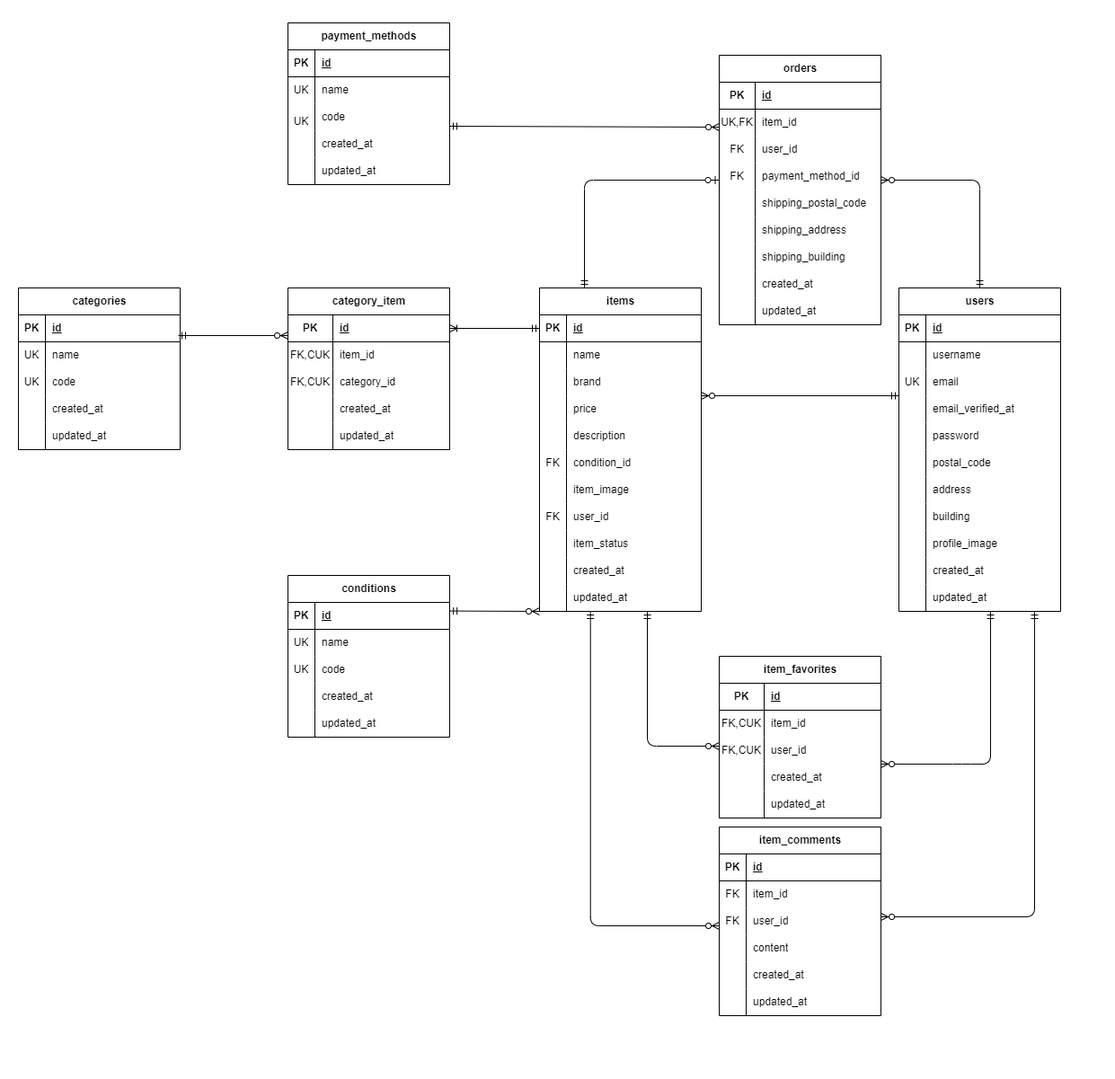
kawamata-natsuki/coachtech-flea keeps this draw.io diagram as er.drawio.png. Above is the earlier version. Source tidied: cells renumbered, new cells last; positions are measured from the earlier drawing's top-left corner, leaving out a move shared by most shapes.
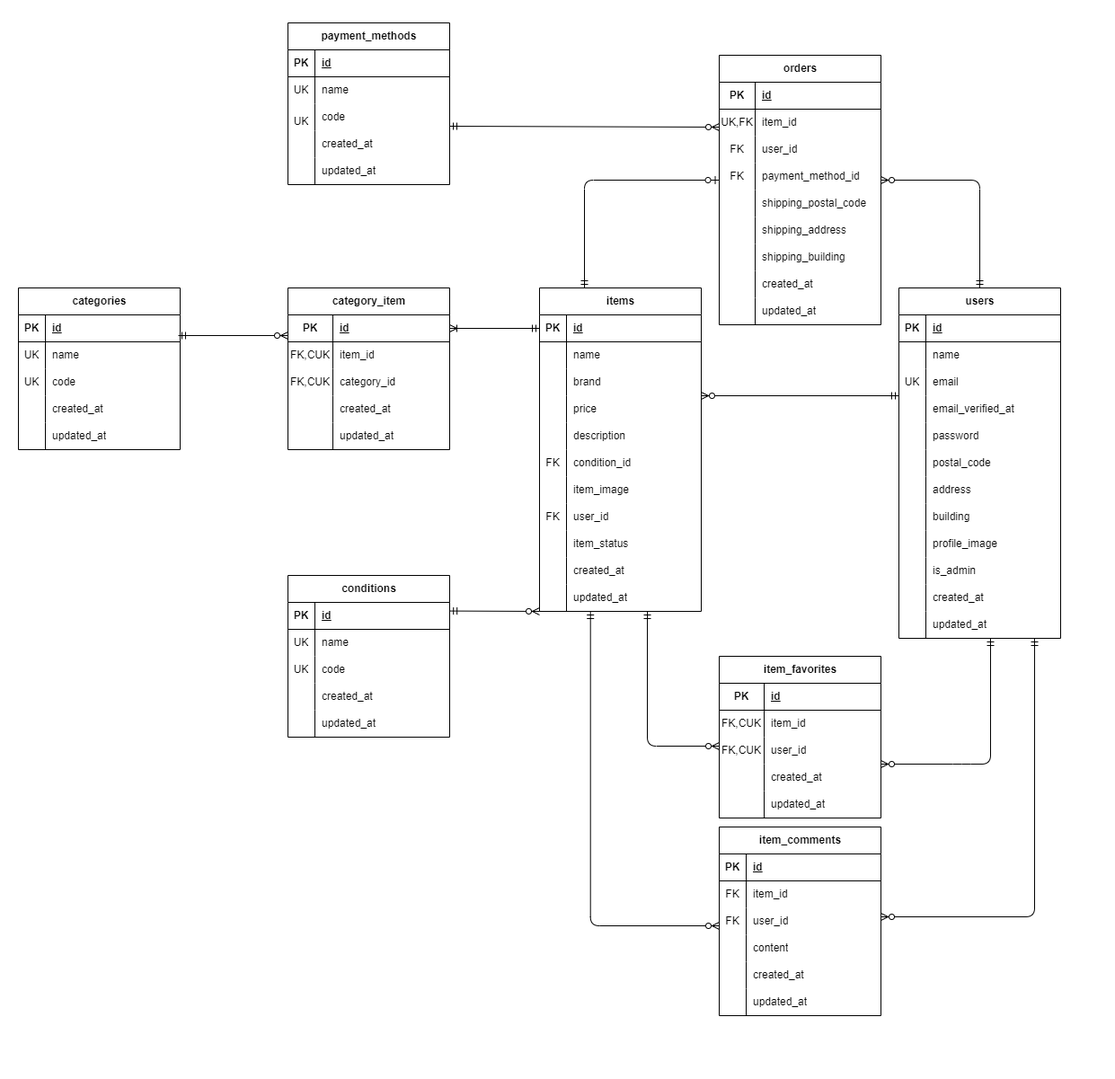
After the commit.

Commit message:
chore：マイグレーションファイルとの整合性確認

What changed in the source:
```diff
@@ -237,7 +237,7 @@
       <mxGeometry x="40" width="140" height="30" as="geometry" />
     </mxCell>
     <mxCell id="80" value="users" style="shape=table;startSize=30;rowLines=0;fontStyle=1;align=center;html=1;" parent="1" vertex="1">
-      <mxGeometry x="1000" y="320" width="180" height="360" as="geometry" />
+      <mxGeometry x="1000" y="320" width="180" height="390" as="geometry" />
     </mxCell>
     <mxCell id="81" style="shape=tableRow;horizontal=0;startSize=0;swimlaneHead=0;swimlaneBody=0;fillColor=none;top=0;left=0;right=0;bottom=1;" parent="80" vertex="1">
       <mxGeometry y="30" width="180" height="30" as="geometry" />
@@ -254,7 +254,7 @@
     <mxCell id="85" style="shape=partialRectangle;fillColor=none;top=0;left=0;bottom=0;right=0;overflow=hidden;whiteSpace=wrap;html=1;" parent="84" vertex="1">
       <mxGeometry width="30" height="30" as="geometry" />
     </mxCell>
-    <mxCell id="86" value="username" style="shape=partialRectangle;fillColor=none;top=0;left=0;bottom=0;right=0;align=left;spacingLeft=6;overflow=hidden;whiteSpace=wrap;html=1;" parent="84" vertex="1">
+    <mxCell id="86" value="name" style="shape=partialRectangle;fillColor=none;top=0;left=0;bottom=0;right=0;align=left;spacingLeft=6;overflow=hidden;whiteSpace=wrap;html=1;" parent="84" vertex="1">
       <mxGeometry x="30" width="150" height="30" as="geometry" />
     </mxCell>
     <mxCell id="87" style="shape=tableRow;horizontal=0;startSize=0;swimlaneHead=0;swimlaneBody=0;fillColor=none;top=0;left=0;right=0;bottom=0;" parent="80" vertex="1">
@@ -320,8 +320,17 @@
     <mxCell id="107" value="profile_image" style="shape=partialRectangle;fillColor=none;top=0;left=0;bottom=0;right=0;align=left;spacingLeft=6;overflow=hidden;whiteSpace=wrap;html=1;" parent="105" vertex="1">
       <mxGeometry x="30" width="150" height="30" as="geometry" />
     </mxCell>
+    <mxCell id="214" style="shape=tableRow;horizontal=0;startSize=0;swimlaneHead=0;swimlaneBody=0;fillColor=none;top=0;left=0;right=0;bottom=0;" parent="80" vertex="1">
+      <mxGeometry y="300" width="180" height="30" as="geometry" />
+    </mxCell>
+    <mxCell id="215" style="shape=partialRectangle;fillColor=none;top=0;left=0;bottom=0;right=0;overflow=hidden;whiteSpace=wrap;html=1;" parent="214" vertex="1">
+      <mxGeometry width="30" height="30" as="geometry" />
+    </mxCell>
+    <mxCell id="216" value="is_admin" style="shape=partialRectangle;fillColor=none;top=0;left=0;bottom=0;right=0;align=left;spacingLeft=6;overflow=hidden;whiteSpace=wrap;html=1;" parent="214" vertex="1">
+      <mxGeometry x="30" width="150" height="30" as="geometry" />
+    </mxCell>
     <mxCell id="108" style="shape=tableRow;horizontal=0;startSize=0;swimlaneHead=0;swimlaneBody=0;fillColor=none;top=0;left=0;right=0;bottom=0;" parent="80" vertex="1">
-      <mxGeometry y="300" width="180" height="30" as="geometry" />
+      <mxGeometry y="330" width="180" height="30" as="geometry" />
     </mxCell>
     <mxCell id="109" style="shape=partialRectangle;fillColor=none;top=0;left=0;bottom=0;right=0;overflow=hidden;whiteSpace=wrap;html=1;" parent="108" vertex="1">
       <mxGeometry width="30" height="30" as="geometry" />
@@ -330,7 +339,7 @@
       <mxGeometry x="30" width="150" height="30" as="geometry" />
     </mxCell>
     <mxCell id="111" style="shape=tableRow;horizontal=0;startSize=0;swimlaneHead=0;swimlaneBody=0;fillColor=none;points=[[0,0.5],[1,0.5]];portConstraint=eastwest;top=0;left=0;right=0;bottom=0;" parent="80" vertex="1">
-      <mxGeometry y="330" width="180" height="30" as="geometry" />
+      <mxGeometry y="360" width="180" height="30" as="geometry" />
     </mxCell>
     <mxCell id="112" style="shape=partialRectangle;fillColor=none;top=0;left=0;bottom=0;right=0;overflow=hidden;whiteSpace=wrap;html=1;" parent="111" vertex="1">
       <mxGeometry width="30" height="30" as="geometry" />
```
